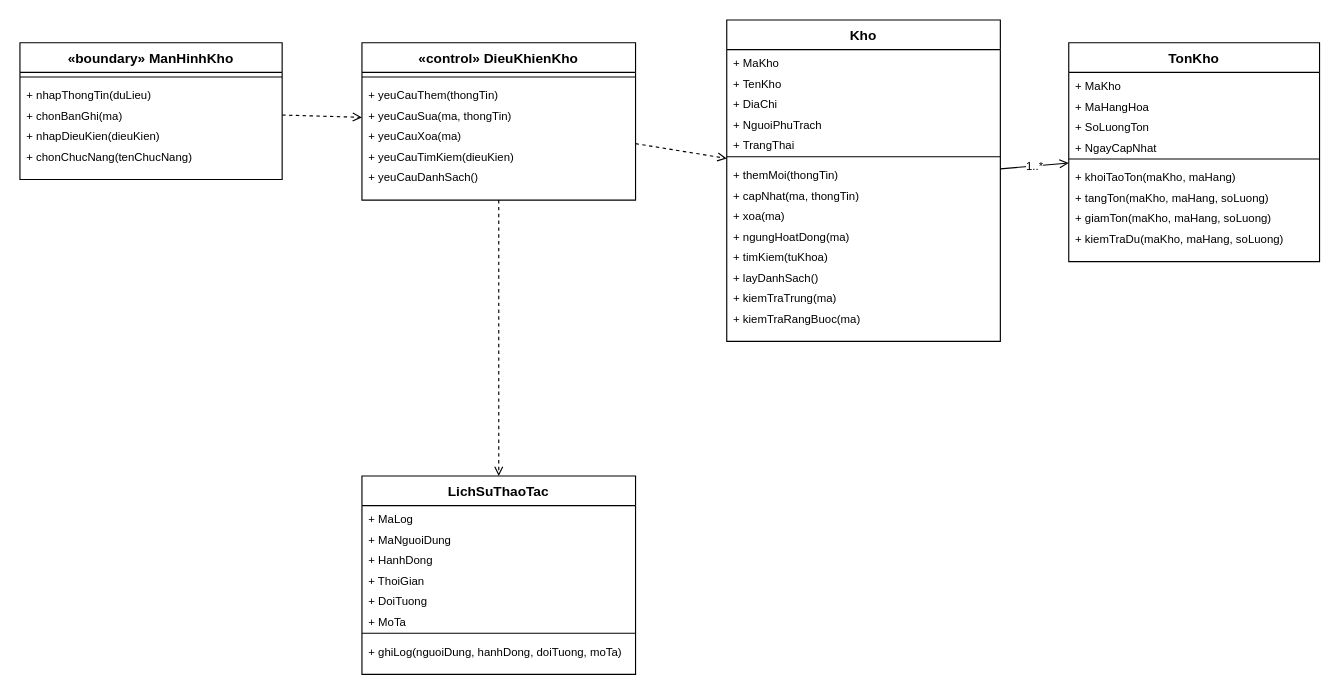
This is diagram/drawio/4.7_class_kho.drawio from quangminh1212/Phan-tich-va-thiet-ke-he-thong, a draw.io file, before an edit. Source tidied: cells renumbered, new cells numbered last; positions are measured from the earlier drawing's top-left corner, leaving out a move shared by most shapes. Both pictures are drawn from the tidied source at 114%, with x=0, y=0 at pixel (19, 19).
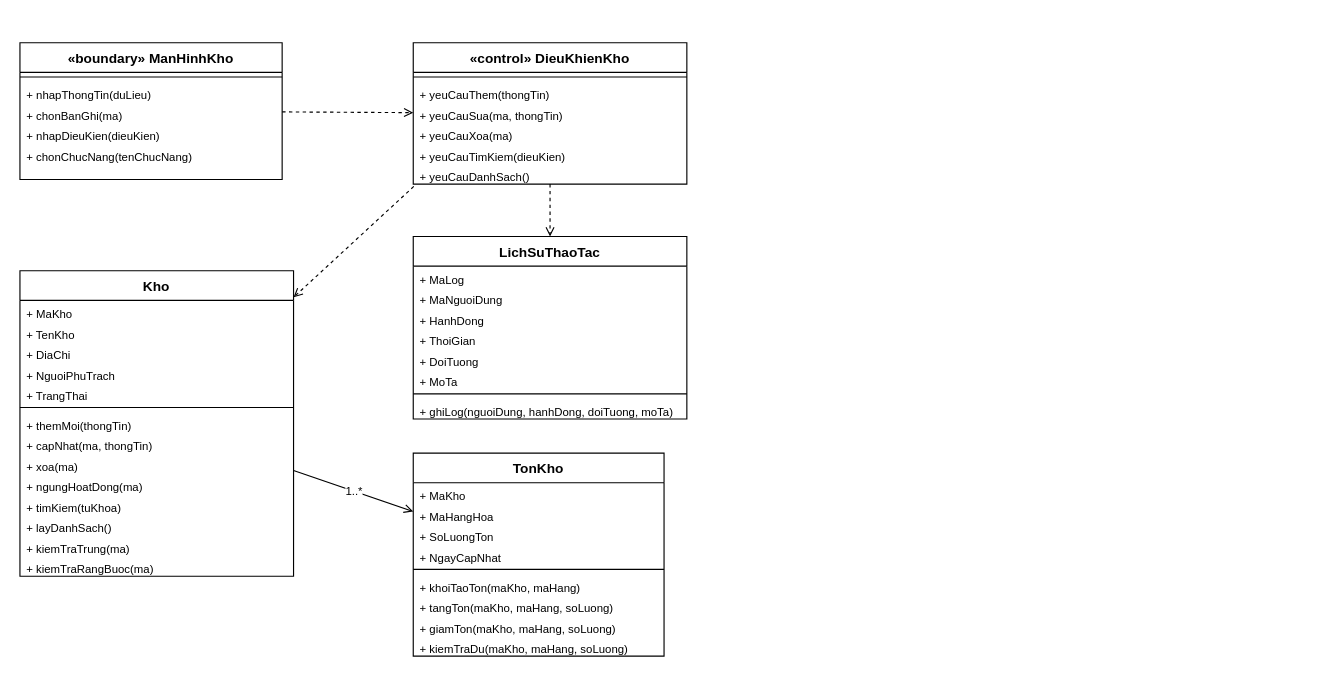
The same diagram, later.

Unchanged cells that the change refers to:
```xml
<mxCell id="14" value="+ yeuCauDanhSach()" style="text;strokeColor=none;fillColor=none;align=left;verticalAlign=top;spacingLeft=4;spacingRight=4;overflow=hidden;points=[[0,0.5],[1,0.5]];portConstraint=eastwest;fontSize=10;" parent="8" vertex="1">
  <mxGeometry y="106" width="240" height="18" as="geometry" />
</mxCell>
```

Diff of the diagram source:
```diff
@@
     <mxCell id="8" value="«control» DieuKhienKho" style="swimlane;fontStyle=1;align=center;verticalAlign=top;horizontal=1;startSize=26;whiteSpace=wrap;html=1;fillColor=#FFFFFF;strokeColor=#000000;" parent="1" vertex="1">
-      <mxGeometry x="300" y="20" width="240" height="138" as="geometry" />
+      <mxGeometry x="345" y="20" width="240" height="124" as="geometry" />
     </mxCell>
@@
     <mxCell id="15" value="Kho" style="swimlane;fontStyle=1;align=center;verticalAlign=top;horizontal=1;startSize=26;whiteSpace=wrap;html=1;fillColor=#FFFFFF;strokeColor=#000000;" parent="1" vertex="1">
-      <mxGeometry x="620" width="240" height="282" as="geometry" />
+      <mxGeometry y="220" width="240" height="268" as="geometry" />
     </mxCell>
@@
     <mxCell id="30" value="TonKho" style="swimlane;fontStyle=1;align=center;verticalAlign=top;horizontal=1;startSize=26;whiteSpace=wrap;html=1;fillColor=#FFFFFF;strokeColor=#000000;" parent="1" vertex="1">
-      <mxGeometry x="920" y="20" width="220" height="192" as="geometry" />
+      <mxGeometry x="345" y="380" width="220" height="178" as="geometry" />
     </mxCell>
@@
     <mxCell id="40" value="LichSuThaoTac" style="swimlane;fontStyle=1;align=center;verticalAlign=top;horizontal=1;startSize=26;whiteSpace=wrap;html=1;fillColor=#FFFFFF;strokeColor=#000000;" parent="1" vertex="1">
-      <mxGeometry x="300" y="400" width="240" height="174" as="geometry" />
+      <mxGeometry x="345" y="190" width="240" height="160" as="geometry" />
     </mxCell>
@@
-    <mxCell id="50" style="endArrow=open;html=1;rounded=0;dashed=1;endFill=0;strokeColor=#000000;fontSize=10;" parent="1" edge="1" source="8" target="15">
+    <mxCell id="50" style="endArrow=open;html=1;rounded=0;dashed=1;endFill=0;strokeColor=#000000;fontSize=10;exitX=0.002;exitY=1.114;exitDx=0;exitDy=0;exitPerimeter=0;" parent="1" edge="1" source="14" target="15">
       <mxGeometry relative="1" as="geometry" />
     </mxCell>
```
